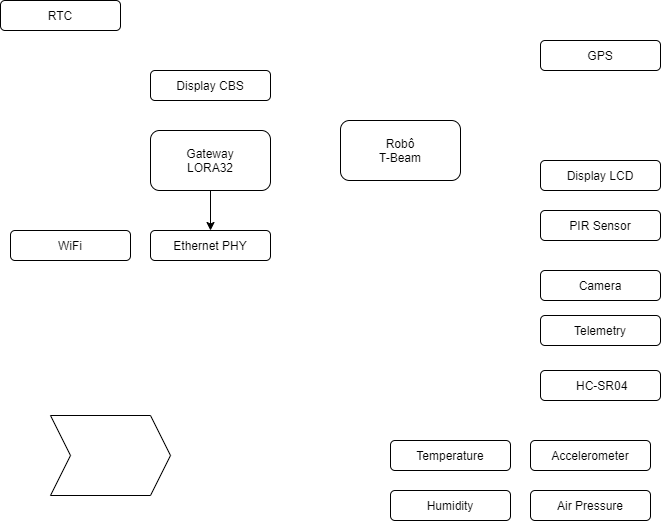
Above: diagrama.png in lllLDBlll/micro-ROS-TTGO (draw.io), before the change. Source tidied: cells renumbered, new cells last; positions are measured from the earlier drawing's top-left corner, leaving out a move shared by most shapes.
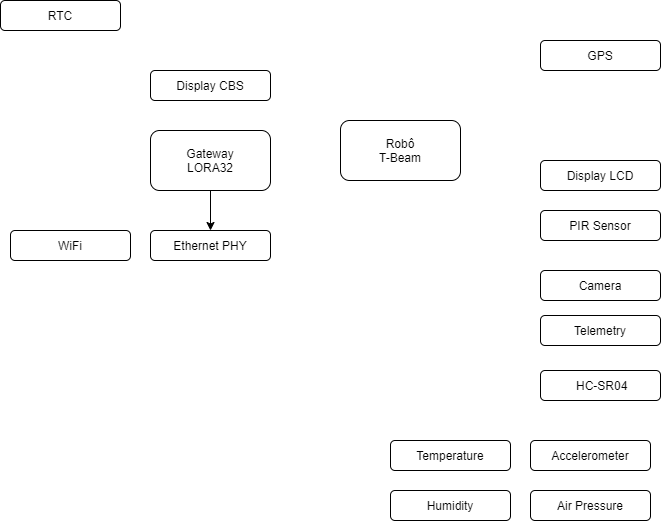
Above is the later version.

Diff of the diagram source:
```diff
@@ -53,8 +53,5 @@
     <mxCell id="18" value="WiFi" style="rounded=1;whiteSpace=wrap;html=1;" parent="1" vertex="1">
       <mxGeometry x="10" y="230" width="120" height="30" as="geometry" />
     </mxCell>
-    <mxCell id="19" style="shape=step;perimeter=stepPerimeter;whiteSpace=wrap;html=1;fixedSize=1;" parent="1" vertex="1">
-      <mxGeometry x="50" y="415" width="120" height="80" as="geometry" />
-    </mxCell>
   </root>
 </mxGraphModel>
```
